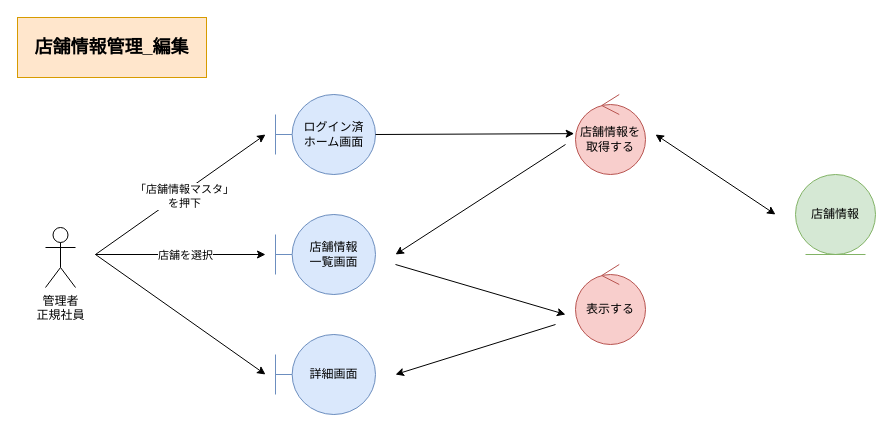
Before: page "*店舗情報管理_参照" (2 of 4) of 各種設計書/3ロバストネス図/マスタ管理/F02店舗マスタ.drawio in HaruShim/Sotuken, a draw.io diagram. Source tidied: cells renumbered, new cells numbered last; positions are measured from the earlier drawing's top-left corner, leaving out a move shared by most shapes. Both pictures are drawn from the tidied source at 100%, with x=0, y=0 at pixel (17, 17).
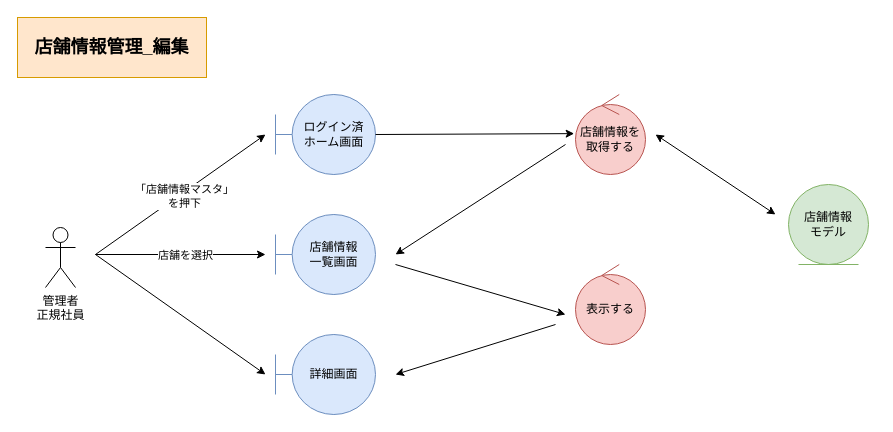
After the change.

What changed in the source:
```diff
@@
-    <mxCell id="5" value="店舗情報" style="ellipse;shape=umlEntity;whiteSpace=wrap;html=1;fillColor=#d5e8d4;strokeColor=#82b366;" parent="1" vertex="1">
-      <mxGeometry x="778" y="157" width="80" height="80" as="geometry" />
-    </mxCell>
@@
+    <mxCell id="20" value="店舗情報&lt;br&gt;モデル" style="ellipse;shape=umlEntity;whiteSpace=wrap;html=1;fillColor=#d5e8d4;strokeColor=#82b366;" parent="1" vertex="1">
+      <mxGeometry x="771" y="167" width="80" height="80" as="geometry" />
+    </mxCell>
```
